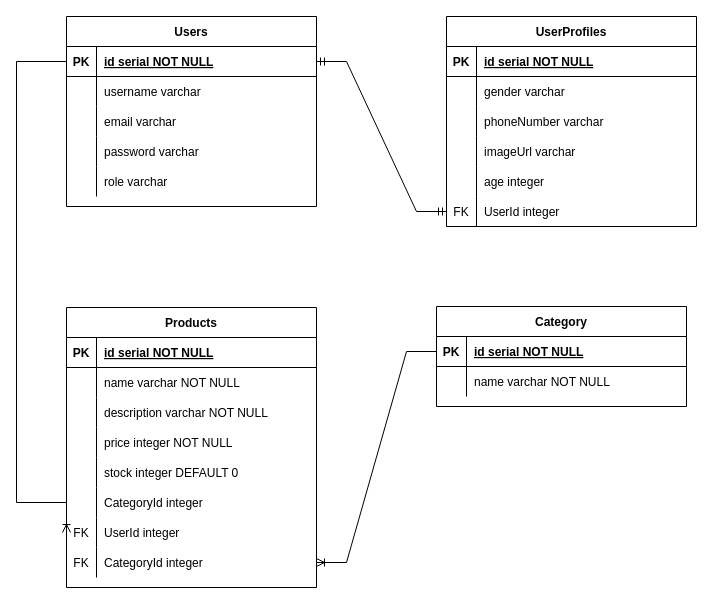
Before: VoucherKita.drawio in chossypratama/voucher-kita, a draw.io diagram. Source tidied: cells renumbered, new cells numbered last; positions are measured from the earlier drawing's top-left corner, leaving out a move shared by most shapes. Both pictures are drawn from the tidied source at 100%, with x=0, y=0 at pixel (16, 16).
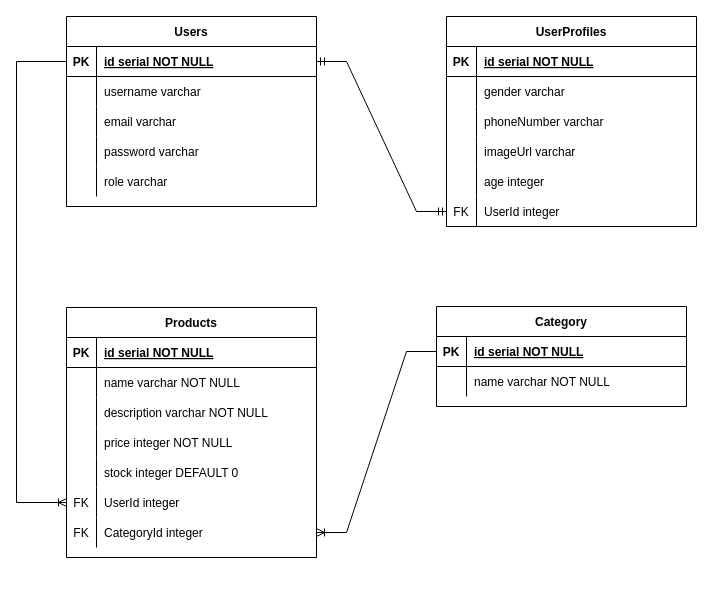
Above is the later version.

The edit, as a diff of the source:
```diff
@@
     <mxCell id="37" value="Products" style="shape=table;startSize=30;childLayout=tableLayout;rowLines=0;fontStyle=1;align=center;" parent="1" vertex="1">
-      <mxGeometry x="50" y="291" width="250" height="280" as="geometry" />
+      <mxGeometry x="50" y="291" width="250" height="250" as="geometry" />
     </mxCell>
@@
-    <mxCell id="53" style="shape=partialRectangle;fillColor=none;top=0;left=0;right=0;bottom=0;" parent="37" vertex="1">
-      <mxGeometry y="180" width="250" height="30" as="geometry" />
-    </mxCell>
-    <mxCell id="54" style="shape=partialRectangle;overflow=hidden;fillColor=none;top=0;left=0;bottom=0;right=0;" parent="53" vertex="1">
-      <mxGeometry width="30" height="30" as="geometry" />
-    </mxCell>
-    <mxCell id="55" value="CategoryId integer" style="shape=partialRectangle;overflow=hidden;fillColor=none;top=0;left=0;bottom=0;right=0;align=left;spacingLeft=6;" parent="53" vertex="1">
-      <mxGeometry x="30" width="220" height="30" as="geometry" />
-    </mxCell>
     <mxCell id="56" style="shape=partialRectangle;fillColor=none;points=[[0,0.5],[1,0.5]];portConstraint=eastwest;top=0;left=0;right=0;bottom=0;" parent="37" vertex="1">
-      <mxGeometry y="210" width="250" height="30" as="geometry" />
+      <mxGeometry y="180" width="250" height="30" as="geometry" />
     </mxCell>
@@
     <mxCell id="59" style="shape=partialRectangle;fillColor=none;points=[[0,0.5],[1,0.5]];portConstraint=eastwest;top=0;left=0;right=0;bottom=0;" parent="37" vertex="1">
-      <mxGeometry y="240" width="250" height="30" as="geometry" />
+      <mxGeometry y="210" width="250" height="30" as="geometry" />
     </mxCell>
```
